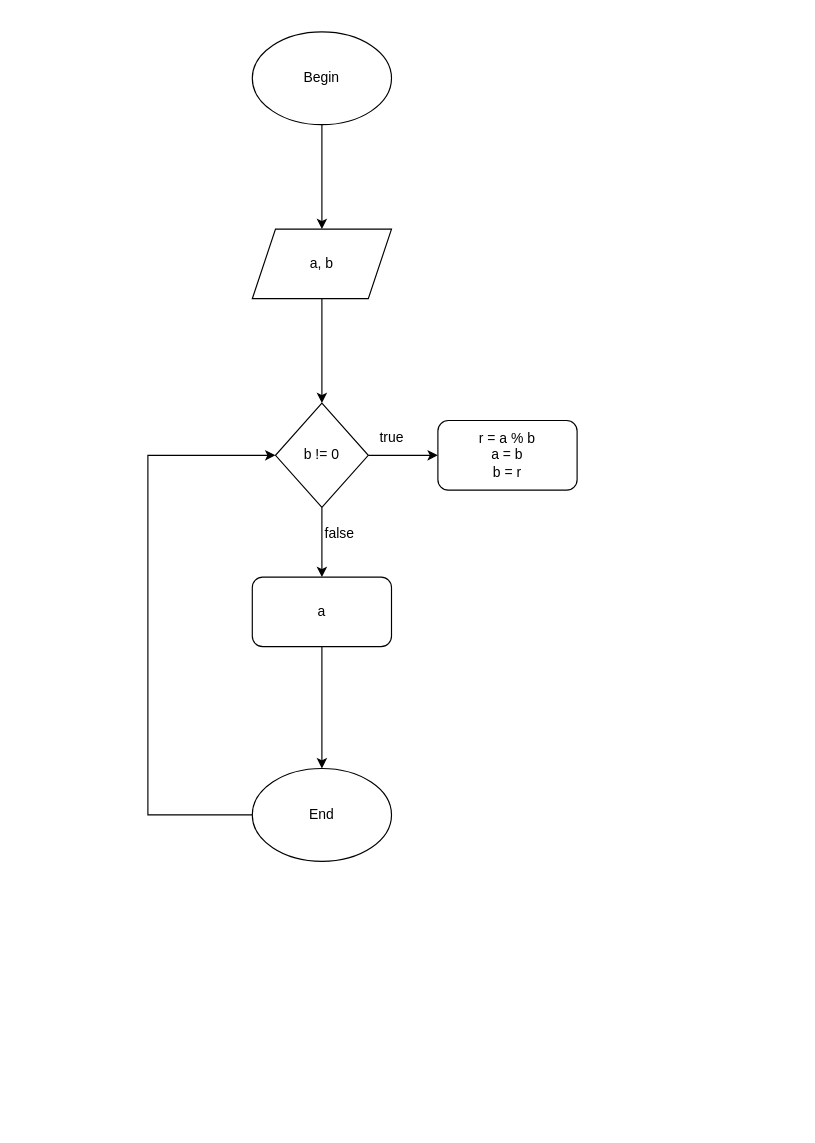
vucongtuanduong/dsa-codeptit keeps this draw.io diagram as self/classwork/buoi1/btvn/bai1/Bai1.drawio. Above is the earlier version. Source tidied: cells renumbered, new cells numbered last; positions are measured from the earlier drawing's top-left corner, leaving out a move shared by most shapes. Both pictures are drawn from the tidied source at 116%, with x=0, y=0 at pixel (147, 31).
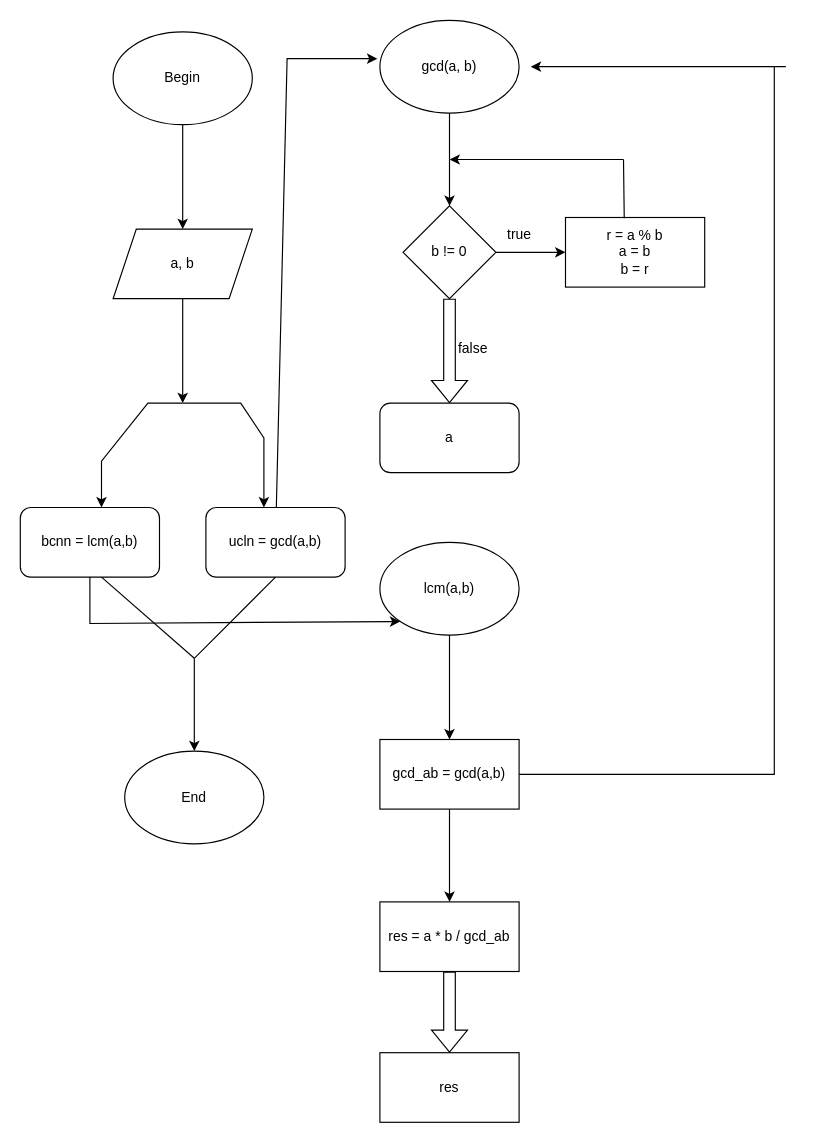
After the change.

Change to the diagram source:
```diff
@@
     <mxCell id="3" value="Begin" style="ellipse;whiteSpace=wrap;html=1;" parent="1" vertex="1">
-      <mxGeometry x="90" width="120" height="80" as="geometry" />
+      <mxGeometry x="-30" width="120" height="80" as="geometry" />
     </mxCell>
-    <mxCell id="4" value="End" style="ellipse;whiteSpace=wrap;html=1;" parent="1" vertex="1">
-      <mxGeometry x="90" y="635" width="120" height="80" as="geometry" />
-    </mxCell>
+    <mxCell id="11" value="a, b" style="shape=parallelogram;perimeter=parallelogramPerimeter;whiteSpace=wrap;html=1;fixedSize=1;" parent="1" vertex="1">
+      <mxGeometry x="-30" y="170" width="120" height="60" as="geometry" />
+    </mxCell>
+    <mxCell id="15" style="endArrow=classic;html=1;rounded=0;entryX=0.5;entryY=0;entryDx=0;entryDy=0;exitX=0.5;exitY=1;exitDx=0;exitDy=0;" parent="1" edge="1" source="11">
+      <mxGeometry relative="1" as="geometry">
+        <mxPoint x="30" y="320" as="targetPoint" />
+      </mxGeometry>
+    </mxCell>
+    <mxCell id="16" style="edgeStyle=orthogonalEdgeStyle;rounded=0;jettySize=auto;html=1;" parent="1" edge="1" source="17" target="7">
+      <mxGeometry relative="1" as="geometry" />
+    </mxCell>
+    <mxCell id="17" value="gcd(a, b)" style="ellipse;whiteSpace=wrap;html=1;" parent="1" vertex="1">
+      <mxGeometry x="200" y="-10" width="120" height="80" as="geometry" />
+    </mxCell>
+    <mxCell id="18" style="edgeStyle=orthogonalEdgeStyle;rounded=0;jettySize=auto;html=1;shape=flexArrow;" parent="1" edge="1" source="7" target="13">
+      <mxGeometry relative="1" as="geometry" />
+    </mxCell>
@@
-    <mxCell id="6" style="edgeStyle=orthogonalEdgeStyle;rounded=0;jettySize=auto;html=1;" parent="1" edge="1" source="7">
-      <mxGeometry relative="1" as="geometry">
-        <mxPoint x="150" y="470" as="targetPoint" />
-      </mxGeometry>
-    </mxCell>
     <mxCell id="7" value="b != 0" style="rhombus;whiteSpace=wrap;html=1;" parent="1" vertex="1">
-      <mxGeometry x="110" y="320" width="80" height="90" as="geometry" />
+      <mxGeometry x="220" y="150" width="80" height="80" as="geometry" />
     </mxCell>
+    <mxCell id="13" value="a" style="rounded=1;whiteSpace=wrap;html=1;" parent="1" vertex="1">
+      <mxGeometry x="200" y="320" width="120" height="60" as="geometry" />
+    </mxCell>
+    <mxCell id="10" value="false" style="text;html=1;align=center;verticalAlign=middle;strokeColor=none;fillColor=none;" parent="1" vertex="1">
+      <mxGeometry x="255" y="258" width="50" height="30" as="geometry" />
+    </mxCell>
-    <mxCell id="8" value="r = a % b&lt;br&gt;a = b&lt;br&gt;b = r" style="rounded=1;whiteSpace=wrap;html=1;" parent="1" vertex="1">
-      <mxGeometry x="250" y="335" width="120" height="60" as="geometry" />
+    <mxCell id="8" value="r = a % b&lt;br&gt;a = b&lt;br&gt;b = r" style="whiteSpace=wrap;html=1;" parent="1" vertex="1">
+      <mxGeometry x="360" y="160" width="120" height="60" as="geometry" />
     </mxCell>
     <mxCell id="9" value="true" style="text;html=1;align=center;verticalAlign=middle;strokeColor=none;fillColor=none;" parent="1" vertex="1">
-      <mxGeometry x="190" y="335" width="40" height="30" as="geometry" />
+      <mxGeometry x="300" y="160" width="40" height="30" as="geometry" />
     </mxCell>
-    <mxCell id="10" value="false" style="text;html=1;align=center;verticalAlign=middle;strokeColor=none;fillColor=none;" parent="1" vertex="1">
-      <mxGeometry x="140" y="418" width="50" height="30" as="geometry" />
-    </mxCell>
-    <mxCell id="11" value="a, b" style="shape=parallelogram;perimeter=parallelogramPerimeter;whiteSpace=wrap;html=1;fixedSize=1;" parent="1" vertex="1">
-      <mxGeometry x="90" y="170" width="120" height="60" as="geometry" />
-    </mxCell>
-    <mxCell id="12" style="endArrow=classic;html=1;rounded=0;entryX=0;entryY=0.5;entryDx=0;entryDy=0;exitX=0;exitY=0.5;exitDx=0;exitDy=0;" parent="1" edge="1" source="4" target="7">
-      <mxGeometry relative="1" as="geometry">
-        <Array as="points">
-          <mxPoint y="675" />
-          <mxPoint y="440" />
-          <mxPoint y="365" />
-        </Array>
-      </mxGeometry>
-    </mxCell>
-    <mxCell id="13" value="a" style="rounded=1;whiteSpace=wrap;html=1;" parent="1" vertex="1">
-      <mxGeometry x="90" y="470" width="120" height="60" as="geometry" />
-    </mxCell>
-    <mxCell id="14" style="endArrow=classic;html=1;rounded=0;exitX=0.5;exitY=1;exitDx=0;exitDy=0;entryX=0.5;entryY=0;entryDx=0;entryDy=0;" parent="1" edge="1" source="13" target="4">
-      <mxGeometry relative="1" as="geometry" />
-    </mxCell>
-    <mxCell id="15" style="endArrow=classic;html=1;rounded=0;entryX=0.5;entryY=0;entryDx=0;entryDy=0;exitX=0.5;exitY=1;exitDx=0;exitDy=0;" parent="1" edge="1" source="11" target="7">
-      <mxGeometry relative="1" as="geometry" />
-    </mxCell>
+    <mxCell id="19" style="endArrow=classic;html=1;rounded=0;" parent="1" edge="1">
+      <mxGeometry relative="1" as="geometry">
+        <mxPoint x="410" y="110" as="sourcePoint" />
+        <mxPoint x="260" y="110" as="targetPoint" />
+      </mxGeometry>
+    </mxCell>
+    <mxCell id="20" style="endArrow=none;html=1;rounded=0;exitX=0.422;exitY=0.01;exitDx=0;exitDy=0;exitPerimeter=0;" parent="1" edge="1" source="8">
+      <mxGeometry relative="1" as="geometry">
+        <mxPoint x="410" y="110" as="targetPoint" />
+      </mxGeometry>
+    </mxCell>
+    <mxCell id="21" style="edgeStyle=orthogonalEdgeStyle;rounded=0;jettySize=auto;html=1;" parent="1" edge="1" source="22" target="24">
+      <mxGeometry relative="1" as="geometry" />
+    </mxCell>
+    <mxCell id="22" value="lcm(a,b)" style="ellipse;whiteSpace=wrap;html=1;" parent="1" vertex="1">
+      <mxGeometry x="200" y="440" width="120" height="80" as="geometry" />
+    </mxCell>
+    <mxCell id="23" style="edgeStyle=orthogonalEdgeStyle;rounded=0;jettySize=auto;html=1;" parent="1" edge="1" source="24" target="25">
+      <mxGeometry relative="1" as="geometry" />
+    </mxCell>
+    <mxCell id="24" value="gcd_ab = gcd(a,b)" style="whiteSpace=wrap;html=1;" parent="1" vertex="1">
+      <mxGeometry x="200" y="610" width="120" height="60" as="geometry" />
+    </mxCell>
+    <mxCell id="25" value="res = a * b / gcd_ab" style="whiteSpace=wrap;html=1;" parent="1" vertex="1">
+      <mxGeometry x="200" y="750" width="120" height="60" as="geometry" />
+    </mxCell>
+    <mxCell id="26" style="shape=flexArrow;endArrow=classic;html=1;rounded=0;exitX=0.5;exitY=1;exitDx=0;exitDy=0;" parent="1" edge="1" source="25">
+      <mxGeometry relative="1" as="geometry">
+        <mxPoint x="260" y="880" as="targetPoint" />
+      </mxGeometry>
+    </mxCell>
+    <mxCell id="27" value="res" style="whiteSpace=wrap;html=1;" parent="1" vertex="1">
+      <mxGeometry x="200" y="880" width="120" height="60" as="geometry" />
+    </mxCell>
+    <mxCell id="28" style="endArrow=classic;html=1;rounded=0;" parent="1" edge="1">
+      <mxGeometry relative="1" as="geometry">
+        <mxPoint x="30" y="320" as="sourcePoint" />
+        <mxPoint x="-40" y="410" as="targetPoint" />
+        <Array as="points">
+          <mxPoint y="320" />
+          <mxPoint x="-40" y="370" />
+        </Array>
+      </mxGeometry>
+    </mxCell>
+    <mxCell id="29" style="endArrow=classic;html=1;rounded=0;" parent="1" edge="1">
+      <mxGeometry relative="1" as="geometry">
+        <mxPoint x="30" y="320" as="sourcePoint" />
+        <mxPoint x="100" y="410" as="targetPoint" />
+        <Array as="points">
+          <mxPoint x="80" y="320" />
+          <mxPoint x="100" y="350" />
+          <mxPoint x="100" y="380" />
+        </Array>
+      </mxGeometry>
+    </mxCell>
+    <mxCell id="30" value="bcnn = lcm(a,b)" style="rounded=1;whiteSpace=wrap;html=1;" parent="1" vertex="1">
+      <mxGeometry x="-110" y="410" width="120" height="60" as="geometry" />
+    </mxCell>
+    <mxCell id="31" value="ucln = gcd(a,b)" style="rounded=1;whiteSpace=wrap;html=1;" parent="1" vertex="1">
+      <mxGeometry x="50" y="410" width="120" height="60" as="geometry" />
+    </mxCell>
+    <mxCell id="32" style="endArrow=classic;html=1;rounded=0;" parent="1" edge="1">
+      <mxGeometry relative="1" as="geometry">
+        <mxPoint x="550" y="30" as="sourcePoint" />
+        <mxPoint x="330" y="30" as="targetPoint" />
+      </mxGeometry>
+    </mxCell>
+    <mxCell id="33" style="endArrow=none;html=1;rounded=0;exitX=1;exitY=0.5;exitDx=0;exitDy=0;" parent="1" edge="1" source="24">
+      <mxGeometry relative="1" as="geometry">
+        <mxPoint x="540" y="30" as="targetPoint" />
+        <Array as="points">
+          <mxPoint x="540" y="640" />
+        </Array>
+      </mxGeometry>
+    </mxCell>
+    <mxCell id="34" style="endArrow=classic;html=1;rounded=0;entryX=-0.018;entryY=0.413;entryDx=0;entryDy=0;entryPerimeter=0;" parent="1" edge="1" source="31" target="17">
+      <mxGeometry relative="1" as="geometry">
+        <Array as="points">
+          <mxPoint x="120" y="23" />
+        </Array>
+      </mxGeometry>
+    </mxCell>
+    <mxCell id="35" style="endArrow=none;html=1;rounded=0;" parent="1" edge="1">
+      <mxGeometry relative="1" as="geometry">
+        <mxPoint x="40" y="540" as="sourcePoint" />
+        <mxPoint x="110" y="470" as="targetPoint" />
+      </mxGeometry>
+    </mxCell>
+    <mxCell id="36" style="endArrow=none;html=1;rounded=0;" parent="1" edge="1">
+      <mxGeometry relative="1" as="geometry">
+        <mxPoint x="40" y="540" as="sourcePoint" />
+        <mxPoint x="-40" y="470" as="targetPoint" />
+      </mxGeometry>
+    </mxCell>
+    <mxCell id="37" style="endArrow=classic;html=1;rounded=0;" parent="1" edge="1">
+      <mxGeometry relative="1" as="geometry">
+        <mxPoint x="40" y="540" as="sourcePoint" />
+        <mxPoint x="40" y="620" as="targetPoint" />
+      </mxGeometry>
+    </mxCell>
+    <mxCell id="38" style="endArrow=classic;html=1;rounded=0;entryX=0;entryY=1;entryDx=0;entryDy=0;exitX=0.5;exitY=1;exitDx=0;exitDy=0;" parent="1" edge="1" source="30" target="22">
+      <mxGeometry relative="1" as="geometry">
+        <Array as="points">
+          <mxPoint x="-50" y="510" />
+        </Array>
+      </mxGeometry>
+    </mxCell>
+    <mxCell id="4" value="End" style="ellipse;whiteSpace=wrap;html=1;" parent="1" vertex="1">
+      <mxGeometry x="-20" y="620" width="120" height="80" as="geometry" />
+    </mxCell>
```
